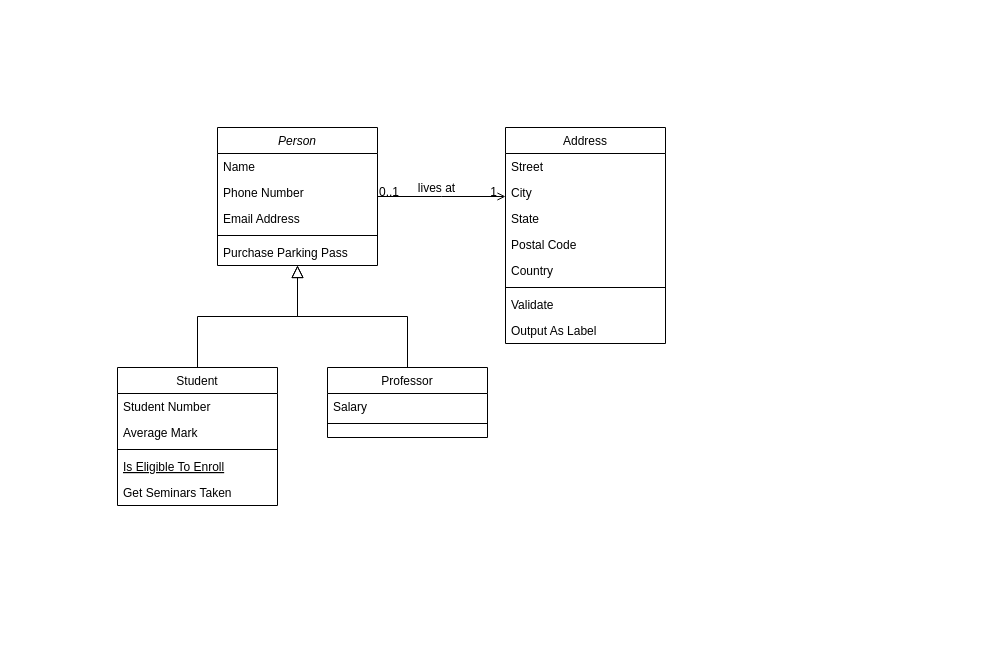
This is Diagrama sin título.drawio from LucasDiBs/DFD, a draw.io file, before an edit. Source tidied: cells renumbered, new cells numbered last; positions are measured from the earlier drawing's top-left corner, leaving out a move shared by most shapes. Both pictures are drawn from the tidied source at 100%, with x=0, y=0 at pixel (117, 127).
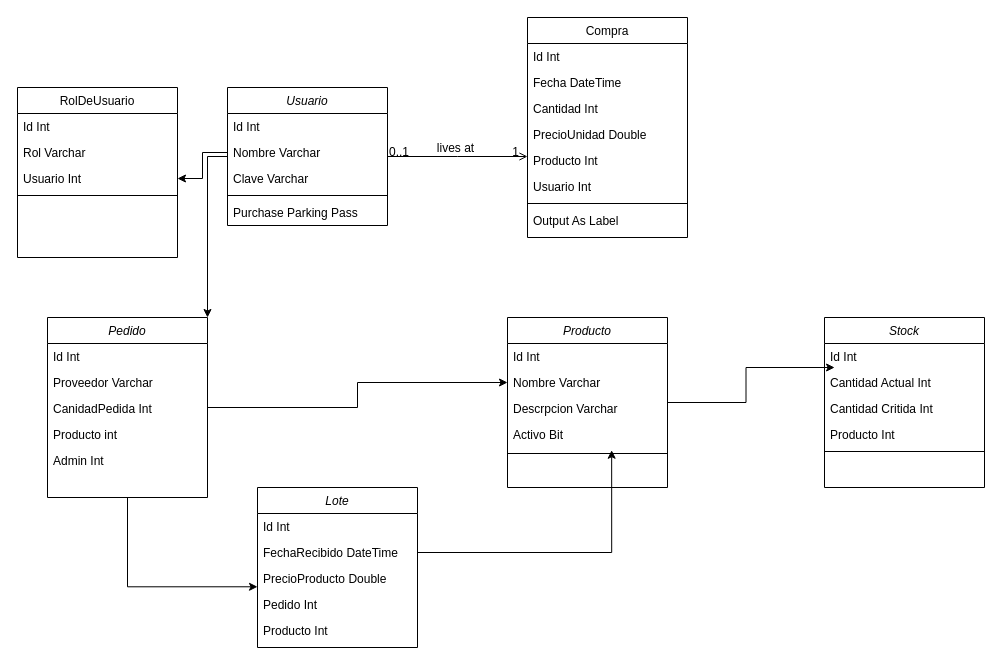
The same diagram, later.

What changed in the source:
```diff
@@
+    <mxCell id="32" style="edgeStyle=orthogonalEdgeStyle;rounded=0;jettySize=auto;html=1;entryX=1;entryY=0;entryDx=0;entryDy=0;" parent="1" edge="1" source="2" target="53">
+      <mxGeometry relative="1" as="geometry" />
+    </mxCell>
-    <mxCell id="2" value="Person" style="swimlane;fontStyle=2;align=center;verticalAlign=top;horizontal=1;startSize=26;rounded=0;shadow=0;strokeWidth=1;" parent="1" vertex="1">
-      <mxGeometry x="100" width="160" height="138" as="geometry" />
+    <mxCell id="2" value="Usuario" style="swimlane;fontStyle=2;align=center;verticalAlign=top;horizontal=1;startSize=26;rounded=0;shadow=0;strokeWidth=1;" parent="1" vertex="1">
+      <mxGeometry x="110" y="-40" width="160" height="138" as="geometry" />
     </mxCell>
-    <mxCell id="3" value="Name" style="text;align=left;verticalAlign=top;spacingLeft=4;spacingRight=4;overflow=hidden;" parent="2" vertex="1">
+    <mxCell id="3" value="Id Int" style="text;align=left;verticalAlign=top;spacingLeft=4;spacingRight=4;overflow=hidden;" parent="2" vertex="1">
       <mxGeometry y="26" width="160" height="26" as="geometry" />
     </mxCell>
-    <mxCell id="4" value="Phone Number" style="text;align=left;verticalAlign=top;spacingLeft=4;spacingRight=4;overflow=hidden;points=[[0,0.5],[1,0.5]];portConstraint=eastwest;rounded=0;shadow=0;html=0;" parent="2" vertex="1">
+    <mxCell id="4" value="Nombre Varchar" style="text;align=left;verticalAlign=top;spacingLeft=4;spacingRight=4;overflow=hidden;points=[[0,0.5],[1,0.5]];portConstraint=eastwest;rounded=0;shadow=0;html=0;" parent="2" vertex="1">
       <mxGeometry y="52" width="160" height="26" as="geometry" />
     </mxCell>
-    <mxCell id="5" value="Email Address" style="text;align=left;verticalAlign=top;spacingLeft=4;spacingRight=4;overflow=hidden;rounded=0;shadow=0;html=0;" parent="2" vertex="1">
+    <mxCell id="5" value="Clave Varchar" style="text;align=left;verticalAlign=top;spacingLeft=4;spacingRight=4;overflow=hidden;rounded=0;shadow=0;html=0;" parent="2" vertex="1">
       <mxGeometry y="78" width="160" height="26" as="geometry" />
     </mxCell>
@@
-    <mxCell id="8" value="Student" style="swimlane;fontStyle=0;align=center;verticalAlign=top;horizontal=1;startSize=26;rounded=0;shadow=0;strokeWidth=1;" parent="1" vertex="1">
-      <mxGeometry y="240" width="160" height="138" as="geometry" />
+    <mxCell id="8" value="RolDeUsuario" style="swimlane;fontStyle=0;align=center;verticalAlign=top;horizontal=1;startSize=26;rounded=0;shadow=0;strokeWidth=1;" parent="1" vertex="1">
+      <mxGeometry x="-100" y="-40" width="160" height="170" as="geometry" />
     </mxCell>
-    <mxCell id="9" value="Student Number" style="text;align=left;verticalAlign=top;spacingLeft=4;spacingRight=4;overflow=hidden;" parent="8" vertex="1">
+    <mxCell id="9" value="Id Int" style="text;align=left;verticalAlign=top;spacingLeft=4;spacingRight=4;overflow=hidden;" parent="8" vertex="1">
       <mxGeometry y="26" width="160" height="26" as="geometry" />
     </mxCell>
+    <mxCell id="33" value="Rol Varchar" style="text;align=left;verticalAlign=top;spacingLeft=4;spacingRight=4;overflow=hidden;rounded=0;shadow=0;html=0;" parent="8" vertex="1">
+      <mxGeometry y="52" width="160" height="26" as="geometry" />
+    </mxCell>
-    <mxCell id="10" value="Average Mark" style="text;align=left;verticalAlign=top;spacingLeft=4;spacingRight=4;overflow=hidden;points=[[0,0.5],[1,0.5]];portConstraint=eastwest;rounded=0;shadow=0;html=0;" parent="8" vertex="1">
-      <mxGeometry y="52" width="160" height="26" as="geometry" />
+    <mxCell id="10" value="Usuario Int" style="text;align=left;verticalAlign=top;spacingLeft=4;spacingRight=4;overflow=hidden;points=[[0,0.5],[1,0.5]];portConstraint=eastwest;rounded=0;shadow=0;html=0;" parent="8" vertex="1">
+      <mxGeometry y="78" width="160" height="26" as="geometry" />
     </mxCell>
     <mxCell id="11" style="line;html=1;strokeWidth=1;align=left;verticalAlign=middle;spacingTop=-1;spacingLeft=3;spacingRight=3;labelPosition=right;" parent="8" vertex="1">
-      <mxGeometry y="78" width="160" height="8" as="geometry" />
+      <mxGeometry y="104" width="160" height="8" as="geometry" />
     </mxCell>
-    <mxCell id="12" value="Is Eligible To Enroll" style="text;align=left;verticalAlign=top;spacingLeft=4;spacingRight=4;overflow=hidden;fontStyle=4;" parent="8" vertex="1">
-      <mxGeometry y="86" width="160" height="26" as="geometry" />
-    </mxCell>
-    <mxCell id="13" value="Get Seminars Taken" style="text;align=left;verticalAlign=top;spacingLeft=4;spacingRight=4;overflow=hidden;" parent="8" vertex="1">
-      <mxGeometry y="112" width="160" height="26" as="geometry" />
-    </mxCell>
-    <mxCell id="14" style="endArrow=block;endSize=10;endFill=0;shadow=0;strokeWidth=1;rounded=0;curved=0;edgeStyle=elbowEdgeStyle;elbow=vertical;" parent="1" edge="1" source="8" target="2">
-      <mxGeometry relative="1" as="geometry" />
-    </mxCell>
-    <mxCell id="15" value="Professor" style="swimlane;fontStyle=0;align=center;verticalAlign=top;horizontal=1;startSize=26;rounded=0;shadow=0;strokeWidth=1;" parent="1" vertex="1">
-      <mxGeometry x="210" y="240" width="160" height="70" as="geometry" />
-    </mxCell>
-    <mxCell id="16" value="Salary" style="text;align=left;verticalAlign=top;spacingLeft=4;spacingRight=4;overflow=hidden;" parent="15" vertex="1">
-      <mxGeometry y="26" width="160" height="26" as="geometry" />
-    </mxCell>
-    <mxCell id="17" style="line;html=1;strokeWidth=1;align=left;verticalAlign=middle;spacingTop=-1;spacingLeft=3;spacingRight=3;labelPosition=right;" parent="15" vertex="1">
-      <mxGeometry y="52" width="160" height="8" as="geometry" />
-    </mxCell>
-    <mxCell id="18" style="endArrow=block;endSize=10;endFill=0;shadow=0;strokeWidth=1;rounded=0;curved=0;edgeStyle=elbowEdgeStyle;elbow=vertical;" parent="1" edge="1" source="15" target="2">
-      <mxGeometry relative="1" as="geometry" />
-    </mxCell>
-    <mxCell id="19" value="Address" style="swimlane;fontStyle=0;align=center;verticalAlign=top;horizontal=1;startSize=26;rounded=0;shadow=0;strokeWidth=1;" parent="1" vertex="1">
-      <mxGeometry x="388" width="160" height="216" as="geometry" />
+    <mxCell id="19" value="Compra" style="swimlane;fontStyle=0;align=center;verticalAlign=top;horizontal=1;startSize=26;rounded=0;shadow=0;strokeWidth=1;" parent="1" vertex="1">
+      <mxGeometry x="410" y="-110" width="160" height="220" as="geometry" />
     </mxCell>
-    <mxCell id="20" value="Street" style="text;align=left;verticalAlign=top;spacingLeft=4;spacingRight=4;overflow=hidden;" parent="19" vertex="1">
+    <mxCell id="20" value="Id Int" style="text;align=left;verticalAlign=top;spacingLeft=4;spacingRight=4;overflow=hidden;" parent="19" vertex="1">
       <mxGeometry y="26" width="160" height="26" as="geometry" />
     </mxCell>
-    <mxCell id="21" value="City" style="text;align=left;verticalAlign=top;spacingLeft=4;spacingRight=4;overflow=hidden;rounded=0;shadow=0;html=0;" parent="19" vertex="1">
+    <mxCell id="21" value="Fecha DateTime" style="text;align=left;verticalAlign=top;spacingLeft=4;spacingRight=4;overflow=hidden;rounded=0;shadow=0;html=0;" parent="19" vertex="1">
       <mxGeometry y="52" width="160" height="26" as="geometry" />
     </mxCell>
-    <mxCell id="22" value="State" style="text;align=left;verticalAlign=top;spacingLeft=4;spacingRight=4;overflow=hidden;rounded=0;shadow=0;html=0;" parent="19" vertex="1">
+    <mxCell id="22" value="Cantidad Int" style="text;align=left;verticalAlign=top;spacingLeft=4;spacingRight=4;overflow=hidden;rounded=0;shadow=0;html=0;" parent="19" vertex="1">
       <mxGeometry y="78" width="160" height="26" as="geometry" />
     </mxCell>
-    <mxCell id="23" value="Postal Code" style="text;align=left;verticalAlign=top;spacingLeft=4;spacingRight=4;overflow=hidden;rounded=0;shadow=0;html=0;" parent="19" vertex="1">
+    <mxCell id="23" value="PrecioUnidad Double" style="text;align=left;verticalAlign=top;spacingLeft=4;spacingRight=4;overflow=hidden;rounded=0;shadow=0;html=0;" parent="19" vertex="1">
       <mxGeometry y="104" width="160" height="26" as="geometry" />
     </mxCell>
-    <mxCell id="24" value="Country" style="text;align=left;verticalAlign=top;spacingLeft=4;spacingRight=4;overflow=hidden;rounded=0;shadow=0;html=0;" parent="19" vertex="1">
+    <mxCell id="24" value="Producto Int" style="text;align=left;verticalAlign=top;spacingLeft=4;spacingRight=4;overflow=hidden;rounded=0;shadow=0;html=0;" parent="19" vertex="1">
       <mxGeometry y="130" width="160" height="26" as="geometry" />
     </mxCell>
+    <mxCell id="26" value="Usuario Int" style="text;align=left;verticalAlign=top;spacingLeft=4;spacingRight=4;overflow=hidden;" parent="19" vertex="1">
+      <mxGeometry y="156" width="160" height="26" as="geometry" />
+    </mxCell>
     <mxCell id="25" style="line;html=1;strokeWidth=1;align=left;verticalAlign=middle;spacingTop=-1;spacingLeft=3;spacingRight=3;labelPosition=right;" parent="19" vertex="1">
-      <mxGeometry y="156" width="160" height="8" as="geometry" />
+      <mxGeometry y="182" width="160" height="8" as="geometry" />
     </mxCell>
-    <mxCell id="26" value="Validate" style="text;align=left;verticalAlign=top;spacingLeft=4;spacingRight=4;overflow=hidden;" parent="19" vertex="1">
-      <mxGeometry y="164" width="160" height="26" as="geometry" />
-    </mxCell>
@@
+    <mxCell id="34" value="Lote" style="swimlane;fontStyle=2;align=center;verticalAlign=top;horizontal=1;startSize=26;rounded=0;shadow=0;strokeWidth=1;" parent="1" vertex="1">
+      <mxGeometry x="140" y="360" width="160" height="160" as="geometry" />
+    </mxCell>
+    <mxCell id="35" value="Id Int" style="text;align=left;verticalAlign=top;spacingLeft=4;spacingRight=4;overflow=hidden;" parent="34" vertex="1">
+      <mxGeometry y="26" width="160" height="26" as="geometry" />
+    </mxCell>
+    <mxCell id="36" value="FechaRecibido DateTime" style="text;align=left;verticalAlign=top;spacingLeft=4;spacingRight=4;overflow=hidden;points=[[0,0.5],[1,0.5]];portConstraint=eastwest;rounded=0;shadow=0;html=0;" parent="34" vertex="1">
+      <mxGeometry y="52" width="160" height="26" as="geometry" />
+    </mxCell>
+    <mxCell id="37" value="PrecioProducto Double" style="text;align=left;verticalAlign=top;spacingLeft=4;spacingRight=4;overflow=hidden;points=[[0,0.5],[1,0.5]];portConstraint=eastwest;rounded=0;shadow=0;html=0;" parent="34" vertex="1">
+      <mxGeometry y="78" width="160" height="26" as="geometry" />
+    </mxCell>
+    <mxCell id="38" value="Pedido Int" style="text;align=left;verticalAlign=top;spacingLeft=4;spacingRight=4;overflow=hidden;" parent="34" vertex="1">
+      <mxGeometry y="104" width="160" height="26" as="geometry" />
+    </mxCell>
+    <mxCell id="39" value="Producto Int" style="text;align=left;verticalAlign=top;spacingLeft=4;spacingRight=4;overflow=hidden;" parent="34" vertex="1">
+      <mxGeometry y="130" width="160" height="26" as="geometry" />
+    </mxCell>
+    <mxCell id="40" value="Producto" style="swimlane;fontStyle=2;align=center;verticalAlign=top;horizontal=1;startSize=26;rounded=0;shadow=0;strokeWidth=1;" parent="1" vertex="1">
+      <mxGeometry x="390" y="190" width="160" height="170" as="geometry" />
+    </mxCell>
+    <mxCell id="41" value="Id Int" style="text;align=left;verticalAlign=top;spacingLeft=4;spacingRight=4;overflow=hidden;" parent="40" vertex="1">
+      <mxGeometry y="26" width="160" height="26" as="geometry" />
+    </mxCell>
+    <mxCell id="42" value="Nombre Varchar" style="text;align=left;verticalAlign=top;spacingLeft=4;spacingRight=4;overflow=hidden;points=[[0,0.5],[1,0.5]];portConstraint=eastwest;rounded=0;shadow=0;html=0;" parent="40" vertex="1">
+      <mxGeometry y="52" width="160" height="26" as="geometry" />
+    </mxCell>
+    <mxCell id="43" value="Descrpcion Varchar" style="text;align=left;verticalAlign=top;spacingLeft=4;spacingRight=4;overflow=hidden;rounded=0;shadow=0;html=0;" parent="40" vertex="1">
+      <mxGeometry y="78" width="160" height="26" as="geometry" />
+    </mxCell>
+    <mxCell id="44" value="Activo Bit" style="text;align=left;verticalAlign=top;spacingLeft=4;spacingRight=4;overflow=hidden;points=[[0,0.5],[1,0.5]];portConstraint=eastwest;" parent="40" vertex="1">
+      <mxGeometry y="104" width="160" height="28" as="geometry" />
+    </mxCell>
+    <mxCell id="45" style="line;html=1;strokeWidth=1;align=left;verticalAlign=middle;spacingTop=-1;spacingLeft=3;spacingRight=3;labelPosition=right;" parent="40" vertex="1">
+      <mxGeometry y="132" width="160" height="8" as="geometry" />
+    </mxCell>
+    <mxCell id="46" value="Stock" style="swimlane;fontStyle=2;align=center;verticalAlign=top;horizontal=1;startSize=26;rounded=0;shadow=0;strokeWidth=1;" parent="1" vertex="1">
+      <mxGeometry x="707" y="190" width="160" height="170" as="geometry" />
+    </mxCell>
+    <mxCell id="47" value="Id Int" style="text;align=left;verticalAlign=top;spacingLeft=4;spacingRight=4;overflow=hidden;" parent="46" vertex="1">
+      <mxGeometry y="26" width="160" height="26" as="geometry" />
+    </mxCell>
+    <mxCell id="48" value="Cantidad Actual Int" style="text;align=left;verticalAlign=top;spacingLeft=4;spacingRight=4;overflow=hidden;points=[[0,0.5],[1,0.5]];portConstraint=eastwest;rounded=0;shadow=0;html=0;" parent="46" vertex="1">
+      <mxGeometry y="52" width="160" height="26" as="geometry" />
+    </mxCell>
+    <mxCell id="49" value="Cantidad Critida Int" style="text;align=left;verticalAlign=top;spacingLeft=4;spacingRight=4;overflow=hidden;rounded=0;shadow=0;html=0;" parent="46" vertex="1">
+      <mxGeometry y="78" width="160" height="26" as="geometry" />
+    </mxCell>
+    <mxCell id="50" value="Producto Int" style="text;align=left;verticalAlign=top;spacingLeft=4;spacingRight=4;overflow=hidden;" parent="46" vertex="1">
+      <mxGeometry y="104" width="160" height="26" as="geometry" />
+    </mxCell>
+    <mxCell id="51" style="line;html=1;strokeWidth=1;align=left;verticalAlign=middle;spacingTop=-1;spacingLeft=3;spacingRight=3;labelPosition=right;" parent="46" vertex="1">
+      <mxGeometry y="130" width="160" height="8" as="geometry" />
+    </mxCell>
+    <mxCell id="52" style="edgeStyle=orthogonalEdgeStyle;rounded=0;jettySize=auto;html=1;" parent="1" edge="1" source="53" target="42">
+      <mxGeometry relative="1" as="geometry" />
+    </mxCell>
+    <mxCell id="53" value="Pedido" style="swimlane;fontStyle=2;align=center;verticalAlign=top;horizontal=1;startSize=26;rounded=0;shadow=0;strokeWidth=1;" parent="1" vertex="1">
+      <mxGeometry x="-70" y="190" width="160" height="180" as="geometry" />
+    </mxCell>
+    <mxCell id="54" value="Id Int" style="text;align=left;verticalAlign=top;spacingLeft=4;spacingRight=4;overflow=hidden;" parent="53" vertex="1">
+      <mxGeometry y="26" width="160" height="26" as="geometry" />
+    </mxCell>
+    <mxCell id="55" value="Proveedor Varchar" style="text;align=left;verticalAlign=top;spacingLeft=4;spacingRight=4;overflow=hidden;rounded=0;shadow=0;html=0;" parent="53" vertex="1">
+      <mxGeometry y="52" width="160" height="26" as="geometry" />
+    </mxCell>
+    <mxCell id="56" value="CanidadPedida Int" style="text;align=left;verticalAlign=top;spacingLeft=4;spacingRight=4;overflow=hidden;rounded=0;shadow=0;html=0;" parent="53" vertex="1">
+      <mxGeometry y="78" width="160" height="26" as="geometry" />
+    </mxCell>
+    <mxCell id="57" value="Producto int" style="text;align=left;verticalAlign=top;spacingLeft=4;spacingRight=4;overflow=hidden;" parent="53" vertex="1">
+      <mxGeometry y="104" width="160" height="26" as="geometry" />
+    </mxCell>
+    <mxCell id="58" value="Admin Int" style="text;align=left;verticalAlign=top;spacingLeft=4;spacingRight=4;overflow=hidden;" parent="53" vertex="1">
+      <mxGeometry y="130" width="160" height="26" as="geometry" />
+    </mxCell>
+    <mxCell id="59" style="edgeStyle=orthogonalEdgeStyle;rounded=0;jettySize=auto;html=1;entryX=1;entryY=0.5;entryDx=0;entryDy=0;" parent="1" edge="1" source="4" target="10">
+      <mxGeometry relative="1" as="geometry" />
+    </mxCell>
+    <mxCell id="60" style="edgeStyle=orthogonalEdgeStyle;rounded=0;jettySize=auto;html=1;entryX=0;entryY=0.819;entryDx=0;entryDy=0;entryPerimeter=0;" parent="1" edge="1" source="53" target="37">
+      <mxGeometry relative="1" as="geometry" />
+    </mxCell>
+    <mxCell id="61" style="edgeStyle=orthogonalEdgeStyle;rounded=0;jettySize=auto;html=1;entryX=0.651;entryY=1.027;entryDx=0;entryDy=0;entryPerimeter=0;" parent="1" edge="1" source="36" target="44">
+      <mxGeometry relative="1" as="geometry" />
+    </mxCell>
+    <mxCell id="62" style="edgeStyle=orthogonalEdgeStyle;rounded=0;jettySize=auto;html=1;entryX=0.063;entryY=-0.077;entryDx=0;entryDy=0;entryPerimeter=0;" parent="1" edge="1" source="40" target="48">
+      <mxGeometry relative="1" as="geometry" />
+    </mxCell>
```
